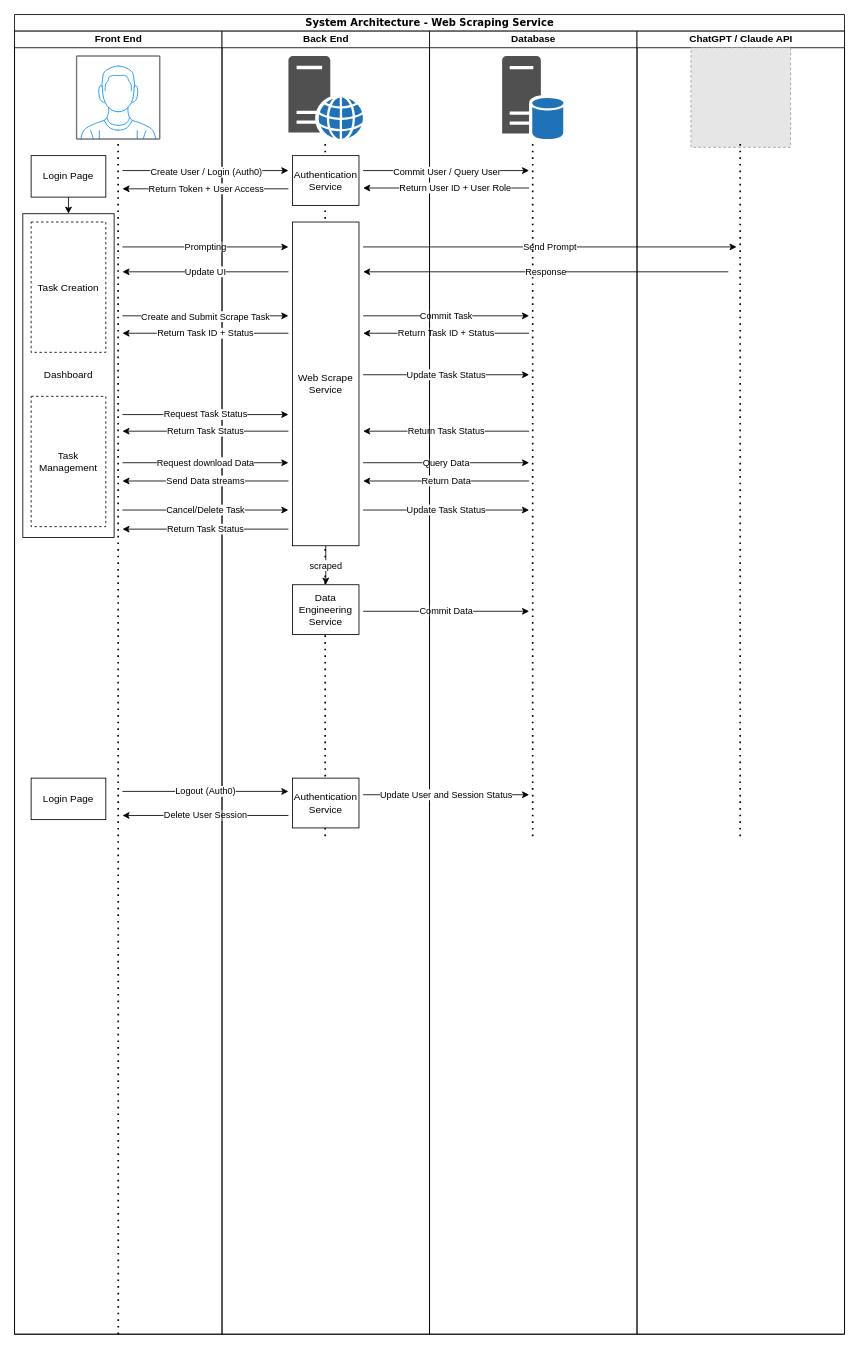
songjian0127/HTML- keeps this draw.io diagram as System Architecture UML.drawio. Above is the earlier version. Source tidied: cells renumbered, new cells numbered last; positions are measured from the earlier drawing's top-left corner, leaving out a move shared by most shapes. Both pictures are drawn from the tidied source at 83%, with x=0, y=0 at pixel (14, 14). Pictures stored in the file or linked from it are replaced by grey dashed boxes.
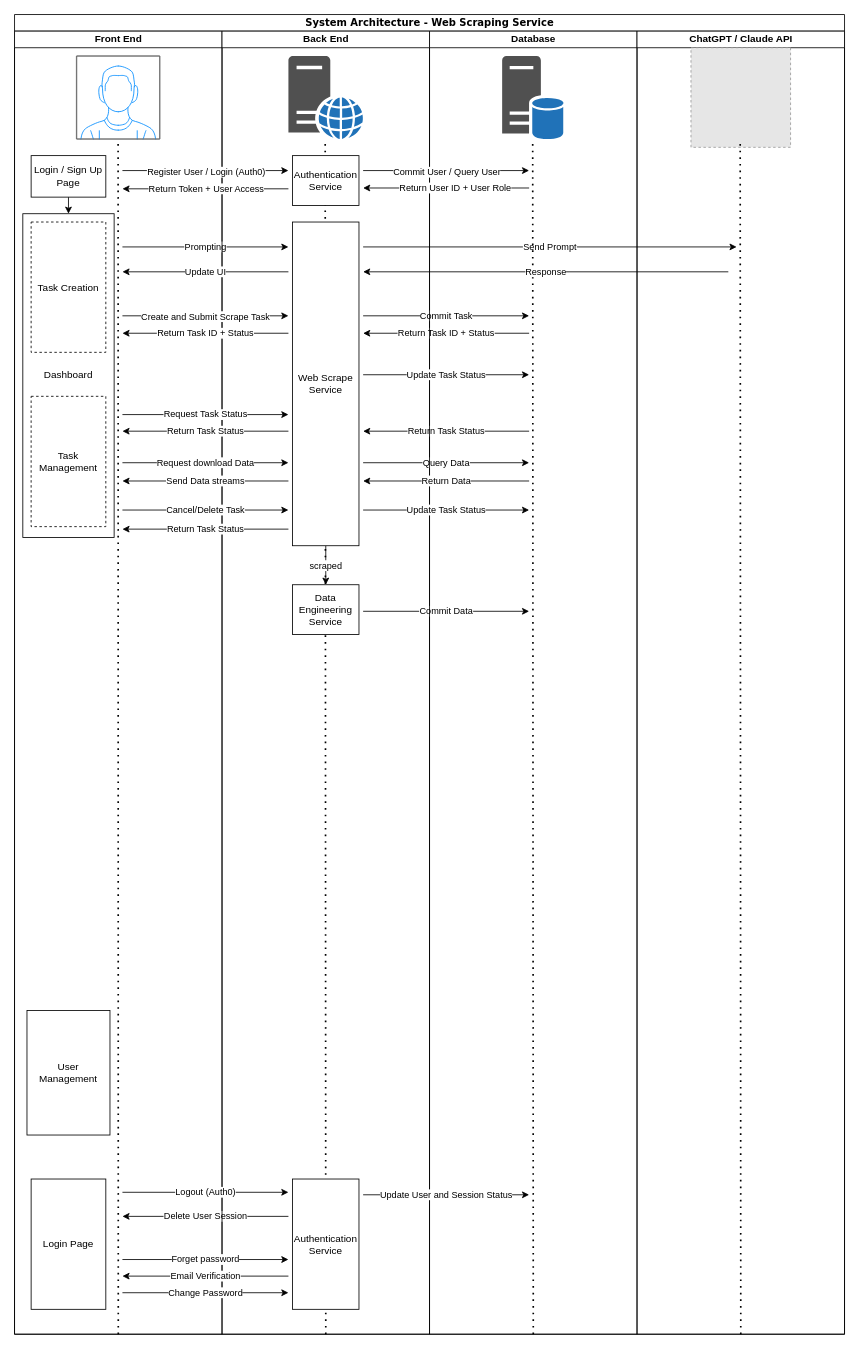
Above is the later version.

Unchanged cells that the change refers to:
```xml
<mxCell id="3" value="Front End" style="swimlane;html=1;startSize=20;" parent="2" vertex="1">
  <mxGeometry y="20" width="250" height="1570" as="geometry" />
</mxCell>
<mxCell id="12" value="Back End" style="swimlane;html=1;startSize=20;" parent="2" vertex="1">
  <mxGeometry x="250" y="20" width="250" height="1570" as="geometry" />
</mxCell>
<mxCell id="33" value="Database" style="swimlane;html=1;startSize=20;" parent="2" vertex="1">
  <mxGeometry x="500" y="20" width="250" height="1570" as="geometry" />
</mxCell>
<mxCell id="36" value="ChatGPT / Claude API" style="swimlane;html=1;startSize=20;" parent="2" vertex="1">
  <mxGeometry x="750" y="20" width="250" height="1570" as="geometry" />
</mxCell>
<mxCell id="39" style="endArrow=classic;html=1;rounded=0;" parent="1" edge="1">
  <mxGeometry relative="1" as="geometry">
    <mxPoint x="130" y="188" as="sourcePoint" />
    <mxPoint x="330" y="188" as="targetPoint" />
  </mxGeometry>
</mxCell>
```

The edit, as a diff of the source:
```diff
@@
     <mxCell id="8" value="Login Page" style="rounded=0;whiteSpace=wrap;html=1;" parent="3" vertex="1">
-      <mxGeometry x="20" y="900" width="90" height="50" as="geometry" />
+      <mxGeometry x="20" y="1383" width="90" height="157" as="geometry" />
     </mxCell>
     <mxCell id="9" value="Delete User Session" style="endArrow=classic;html=1;rounded=0;" parent="3" edge="1">
       <mxGeometry relative="1" as="geometry">
-        <mxPoint x="330" y="945" as="sourcePoint" />
-        <mxPoint x="130" y="945" as="targetPoint" />
+        <mxPoint x="330" y="1428" as="sourcePoint" />
+        <mxPoint x="130" y="1428" as="targetPoint" />
       </mxGeometry>
     </mxCell>
@@
-    <mxCell id="11" value="Login Page" style="rounded=0;whiteSpace=wrap;html=1;" parent="3" vertex="1">
+    <mxCell id="11" value="Login / Sign Up Page" style="rounded=0;whiteSpace=wrap;html=1;" parent="3" vertex="1">
       <mxGeometry x="20" y="150" width="90" height="50" as="geometry" />
     </mxCell>
+    <mxCell id="58" value="User Management" style="rounded=0;whiteSpace=wrap;html=1;" parent="3" vertex="1">
+      <mxGeometry x="15" y="1180" width="100" height="150" as="geometry" />
+    </mxCell>
@@
-    <mxCell id="14" style="endArrow=none;dashed=1;html=1;dashPattern=1 3;strokeWidth=2;rounded=0;exitX=0.5;exitY=1;exitDx=0;exitDy=0;entryX=0.498;entryY=1.002;entryDx=0;entryDy=0;entryPerimeter=0;" parent="12" edge="1">
+    <mxCell id="14" style="endArrow=none;dashed=1;html=1;dashPattern=1 3;strokeWidth=2;rounded=0;exitX=0.5;exitY=1;exitDx=0;exitDy=0;entryX=0.498;entryY=1.002;entryDx=0;entryDy=0;entryPerimeter=0;" parent="12" edge="1" source="12">
       <mxGeometry relative="1" as="geometry">
-        <mxPoint x="124.3" y="970" as="sourcePoint" />
         <mxPoint x="124.3" y="130" as="targetPoint" />
       </mxGeometry>
     </mxCell>
@@
     <mxCell id="32" value="Authentication Service" style="rounded=0;whiteSpace=wrap;html=1;" parent="12" vertex="1">
-      <mxGeometry x="85" y="900" width="80" height="60" as="geometry" />
+      <mxGeometry x="85" y="1383" width="80" height="157" as="geometry" />
     </mxCell>
+    <mxCell id="59" value="Email Verification" style="endArrow=classic;html=1;rounded=0;" parent="12" edge="1">
+      <mxGeometry relative="1" as="geometry">
+        <mxPoint x="80" y="1500" as="sourcePoint" />
+        <mxPoint x="-120" y="1500" as="targetPoint" />
+      </mxGeometry>
+    </mxCell>
@@
-    <mxCell id="35" style="endArrow=none;dashed=1;html=1;dashPattern=1 3;strokeWidth=2;rounded=0;exitX=0.5;exitY=1;exitDx=0;exitDy=0;entryX=0.498;entryY=1.002;entryDx=0;entryDy=0;entryPerimeter=0;" parent="33" edge="1">
+    <mxCell id="35" style="endArrow=none;dashed=1;html=1;dashPattern=1 3;strokeWidth=2;rounded=0;exitX=0.5;exitY=1;exitDx=0;exitDy=0;entryX=0.498;entryY=1.002;entryDx=0;entryDy=0;entryPerimeter=0;" parent="33" edge="1" source="33">
       <mxGeometry relative="1" as="geometry">
-        <mxPoint x="124.3" y="970" as="sourcePoint" />
         <mxPoint x="124.3" y="130" as="targetPoint" />
       </mxGeometry>
     </mxCell>
@@
-    <mxCell id="38" style="endArrow=none;dashed=1;html=1;dashPattern=1 3;strokeWidth=2;rounded=0;exitX=0.5;exitY=1;exitDx=0;exitDy=0;entryX=0.498;entryY=1.002;entryDx=0;entryDy=0;entryPerimeter=0;" parent="36" edge="1">
+    <mxCell id="38" style="endArrow=none;dashed=1;html=1;dashPattern=1 3;strokeWidth=2;rounded=0;exitX=0.5;exitY=1;exitDx=0;exitDy=0;entryX=0.498;entryY=1.002;entryDx=0;entryDy=0;entryPerimeter=0;" parent="36" edge="1" source="36">
       <mxGeometry relative="1" as="geometry">
-        <mxPoint x="124.3" y="970" as="sourcePoint" />
         <mxPoint x="124.3" y="130" as="targetPoint" />
       </mxGeometry>
     </mxCell>
@@
-    <mxCell id="40" value="Create User / Login (Auth0)" style="edgeLabel;html=1;align=center;verticalAlign=middle;" parent="39" vertex="1">
+    <mxCell id="40" value="Register User / Login (Auth0)" style="edgeLabel;html=1;align=center;verticalAlign=middle;" parent="39" vertex="1">
       <mxGeometry x="-0.55" y="-1" relative="1" as="geometry">
         <mxPoint x="55" as="offset" />
       </mxGeometry>
     </mxCell>
@@
     <mxCell id="55" value="Logout (Auth0)" style="endArrow=classic;html=1;rounded=0;" parent="1" edge="1">
       <mxGeometry relative="1" as="geometry">
-        <mxPoint x="130" y="936" as="sourcePoint" />
-        <mxPoint x="330" y="936" as="targetPoint" />
+        <mxPoint x="130" y="1419" as="sourcePoint" />
+        <mxPoint x="330" y="1419" as="targetPoint" />
       </mxGeometry>
     </mxCell>
     <mxCell id="56" value="Update User and Session Status" style="endArrow=classic;html=1;rounded=0;" parent="1" edge="1">
       <mxGeometry relative="1" as="geometry">
-        <mxPoint x="420" y="940" as="sourcePoint" />
-        <mxPoint x="620" y="940" as="targetPoint" />
+        <mxPoint x="420" y="1422" as="sourcePoint" />
+        <mxPoint x="620" y="1422" as="targetPoint" />
       </mxGeometry>
     </mxCell>
@@
+    <mxCell id="60" value="Forget password" style="endArrow=classic;html=1;rounded=0;" parent="1" edge="1">
+      <mxGeometry relative="1" as="geometry">
+        <mxPoint x="130" y="1500" as="sourcePoint" />
+        <mxPoint x="330" y="1500" as="targetPoint" />
+      </mxGeometry>
+    </mxCell>
+    <mxCell id="61" value="Change Password" style="endArrow=classic;html=1;rounded=0;" parent="1" edge="1">
+      <mxGeometry relative="1" as="geometry">
+        <mxPoint x="130" y="1540" as="sourcePoint" />
+        <mxPoint x="330" y="1540" as="targetPoint" />
+      </mxGeometry>
+    </mxCell>
```
